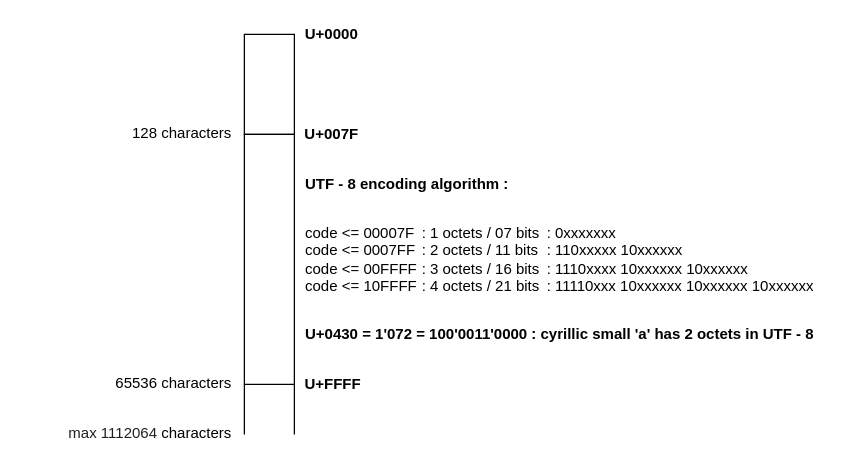
Earlier version of the draw.io diagram projects/examples/source/12.01.01.drawio (i-s-m-mipt/Education). Source tidied: cells renumbered, new cells numbered last; positions are measured from the earlier drawing's top-left corner, leaving out a move shared by most shapes. Both pictures are drawn from the tidied source at 125%, with x=0, y=0 at pixel (21, 21).
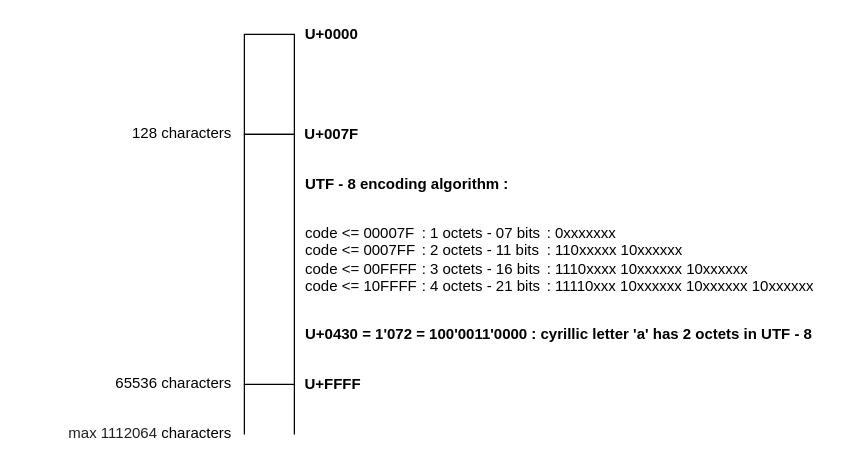
The same page after the edit.

What changed in the source:
```diff
@@
 <mxGraphModel>
   <root>
     <mxCell id="0" />
     <mxCell id="1" parent="0" />
     <mxCell id="2" style="rounded=0;whiteSpace=wrap;html=1;fillColor=none;fontFamily=Helvetica;" parent="1" vertex="1">
       <mxGeometry x="178" y="10" width="40" height="80" as="geometry" />
     </mxCell>
     <mxCell id="3" style="rounded=0;whiteSpace=wrap;html=1;fillColor=none;fontFamily=Helvetica;" parent="1" vertex="1">
       <mxGeometry x="178" y="90" width="40" height="200" as="geometry" />
     </mxCell>
     <mxCell id="4" style="endArrow=none;html=1;rounded=0;entryX=0;entryY=1;entryDx=0;entryDy=0;fontFamily=Helvetica;" parent="1" edge="1">
       <mxGeometry relative="1" as="geometry">
         <mxPoint x="178" y="330" as="sourcePoint" />
         <mxPoint x="178" y="290" as="targetPoint" />
       </mxGeometry>
     </mxCell>
     <mxCell id="5" style="endArrow=none;html=1;rounded=0;entryX=0;entryY=1;entryDx=0;entryDy=0;fontFamily=Helvetica;" parent="1" edge="1">
       <mxGeometry relative="1" as="geometry">
         <mxPoint x="218" y="330" as="sourcePoint" />
         <mxPoint x="218" y="290" as="targetPoint" />
       </mxGeometry>
     </mxCell>
     <mxCell id="6" value="&lt;font&gt;&lt;b&gt;U+0000&lt;/b&gt;&lt;/font&gt;" style="text;html=1;align=center;verticalAlign=middle;whiteSpace=wrap;rounded=0;fontFamily=Helvetica;" parent="1" vertex="1">
       <mxGeometry x="218" width="60" height="20" as="geometry" />
     </mxCell>
     <mxCell id="7" value="&lt;font&gt;&lt;b&gt;U+007F&lt;/b&gt;&lt;/font&gt;" style="text;html=1;align=center;verticalAlign=middle;whiteSpace=wrap;rounded=0;fontFamily=Helvetica;" parent="1" vertex="1">
       <mxGeometry x="218" y="80" width="60" height="20" as="geometry" />
     </mxCell>
     <mxCell id="8" value="&lt;font&gt;&lt;b&gt;U+FFFF&lt;/b&gt;&lt;/font&gt;" style="text;html=1;align=center;verticalAlign=middle;whiteSpace=wrap;rounded=0;fontFamily=Helvetica;" parent="1" vertex="1">
       <mxGeometry x="219" y="280" width="60" height="20" as="geometry" />
     </mxCell>
     <mxCell id="9" value="&lt;font&gt;65536&amp;nbsp;characters&lt;/font&gt;" style="text;html=1;align=right;verticalAlign=middle;whiteSpace=wrap;rounded=0;fontFamily=Helvetica;" parent="1" vertex="1">
       <mxGeometry x="20" y="279" width="150" height="20" as="geometry" />
     </mxCell>
     <mxCell id="10" value="&lt;font&gt;128 characters&lt;/font&gt;" style="text;html=1;align=right;verticalAlign=middle;whiteSpace=wrap;rounded=0;fontFamily=Helvetica;" parent="1" vertex="1">
       <mxGeometry x="60" y="79" width="110" height="20" as="geometry" />
     </mxCell>
-    <mxCell id="11" value="&lt;font&gt;&lt;b&gt;U+0430 = 1'072 = &lt;/b&gt;&lt;span style=&quot;background-color: rgb(255, 255, 255);&quot;&gt;&lt;font face=&quot;Helvetica&quot; style=&quot;&quot;&gt;&lt;b&gt;100'0011'0000&lt;/b&gt;&lt;/font&gt;&lt;/span&gt;&lt;b&gt;&amp;nbsp;: cyrillic small '&lt;/b&gt;&lt;/font&gt;&lt;b style=&quot;&quot;&gt;а' has 2 octets in UTF - 8&lt;/b&gt;&lt;font&gt;&lt;b&gt;&amp;nbsp;&lt;/b&gt;&lt;/font&gt;" style="text;html=1;align=left;verticalAlign=middle;whiteSpace=wrap;rounded=0;fontFamily=Helvetica;" parent="1" vertex="1">
+    <mxCell id="11" value="&lt;font&gt;&lt;b&gt;U+0430 = 1'072 = &lt;/b&gt;&lt;span style=&quot;background-color: rgb(255, 255, 255);&quot;&gt;&lt;font face=&quot;Helvetica&quot; style=&quot;&quot;&gt;&lt;b&gt;100'0011'0000&lt;/b&gt;&lt;/font&gt;&lt;/span&gt;&lt;b&gt;&amp;nbsp;: cyrillic letter '&lt;/b&gt;&lt;/font&gt;&lt;b style=&quot;&quot;&gt;а' has 2 octets in UTF - 8&lt;/b&gt;&lt;font&gt;&lt;b&gt;&amp;nbsp;&lt;/b&gt;&lt;/font&gt;" style="text;html=1;align=left;verticalAlign=middle;whiteSpace=wrap;rounded=0;fontFamily=Helvetica;" parent="1" vertex="1">
       <mxGeometry x="225" y="240" width="433" height="20" as="geometry" />
     </mxCell>
     <mxCell id="12" value="&lt;div&gt;&lt;font style=&quot;background-color: transparent; color: light-dark(rgb(0, 0, 0), rgb(255, 255, 255));&quot;&gt;code &amp;lt;=&lt;/font&gt;&lt;font style=&quot;background-color: transparent; color: light-dark(rgb(0, 0, 0), rgb(255, 255, 255));&quot;&gt; &lt;/font&gt;&lt;font style=&quot;background-color: transparent; color: light-dark(rgb(0, 0, 0), rgb(255, 255, 255));&quot;&gt;00007F&lt;/font&gt;&lt;/div&gt;&lt;div&gt;&lt;font&gt;code &amp;lt;= 0007FF&lt;/font&gt;&lt;/div&gt;&lt;div&gt;&lt;font&gt;code &amp;lt;= 00FFFF&lt;/font&gt;&lt;/div&gt;&lt;div&gt;&lt;font style=&quot;background-color: transparent; color: light-dark(rgb(0, 0, 0), rgb(255, 255, 255));&quot;&gt;code&amp;nbsp;&lt;/font&gt;&lt;font style=&quot;background-color: transparent; color: light-dark(rgb(0, 0, 0), rgb(255, 255, 255));&quot;&gt;&amp;lt;= 10FFFF&lt;/font&gt;&lt;/div&gt;" style="text;html=1;align=left;verticalAlign=middle;whiteSpace=wrap;rounded=0;fontFamily=Helvetica;" parent="1" vertex="1">
       <mxGeometry x="225" y="150" width="100" height="80" as="geometry" />
     </mxCell>
     <mxCell id="13" value="&lt;font&gt;&lt;span style=&quot;color: rgb(32, 33, 34); text-align: start; background-color: rgb(255, 255, 255);&quot;&gt;&lt;font style=&quot;font-size: 12px;&quot;&gt;&amp;nbsp;max 1112064&lt;/font&gt;&lt;/span&gt;&amp;nbsp;characters&lt;/font&gt;" style="text;html=1;align=right;verticalAlign=middle;whiteSpace=wrap;rounded=0;fontFamily=Helvetica;" parent="1" vertex="1">
       <mxGeometry y="319" width="170" height="20" as="geometry" />
     </mxCell>
-    <mxCell id="14" value="&lt;div style=&quot;&quot;&gt;&lt;span style=&quot;background-color: transparent; color: light-dark(rgb(0, 0, 0), rgb(255, 255, 255));&quot;&gt;&amp;nbsp;: 1 octets / 07 bits&amp;nbsp;&lt;/span&gt;&lt;/div&gt;&lt;div style=&quot;&quot;&gt;&lt;span style=&quot;&quot;&gt;&amp;nbsp;: 2 octets / 11 bits&amp;nbsp;&lt;/span&gt;&lt;/div&gt;&lt;div style=&quot;&quot;&gt;&lt;div&gt;&amp;nbsp;: 3 octets / 16 bits&amp;nbsp;&lt;/div&gt;&lt;div&gt;&amp;nbsp;: 4 octets / 21 bits&amp;nbsp;&lt;/div&gt;&lt;/div&gt;" style="text;html=1;align=left;verticalAlign=middle;whiteSpace=wrap;rounded=0;" parent="1" vertex="1">
+    <mxCell id="14" value="&lt;div style=&quot;&quot;&gt;&lt;span style=&quot;background-color: transparent; color: light-dark(rgb(0, 0, 0), rgb(255, 255, 255));&quot;&gt;&amp;nbsp;: 1 octets - 07 bits&amp;nbsp;&lt;/span&gt;&lt;/div&gt;&lt;div style=&quot;&quot;&gt;&lt;span style=&quot;&quot;&gt;&amp;nbsp;: 2 octets - 11 bits&amp;nbsp;&lt;/span&gt;&lt;/div&gt;&lt;div style=&quot;&quot;&gt;&lt;div&gt;&amp;nbsp;: 3 octets - 16 bits&amp;nbsp;&lt;/div&gt;&lt;div&gt;&amp;nbsp;: 4 octets - 21 bits&amp;nbsp;&lt;/div&gt;&lt;/div&gt;" style="text;html=1;align=left;verticalAlign=middle;whiteSpace=wrap;rounded=0;" parent="1" vertex="1">
       <mxGeometry x="315" y="150" width="110" height="80" as="geometry" />
     </mxCell>
     <mxCell id="15" value="&lt;b style=&quot;&quot;&gt;UTF - 8 encoding algorithm :&lt;/b&gt;" style="text;html=1;align=left;verticalAlign=middle;whiteSpace=wrap;rounded=0;" parent="1" vertex="1">
       <mxGeometry x="225" y="120" width="433" height="20" as="geometry" />
     </mxCell>
     <mxCell id="16" value="&lt;span style=&quot;&quot;&gt;&amp;nbsp;: 0xxxxxxx&lt;/span&gt;&lt;div&gt;&amp;nbsp;: 110xxxxx 10xxxxxx&lt;span style=&quot;&quot;&gt;&lt;/span&gt;&lt;/div&gt;&lt;div&gt;&amp;nbsp;: 1110xxxx 10xxxxxx 10xxxxxx&lt;/div&gt;&lt;div&gt;&amp;nbsp;: 11110xxx&lt;span style=&quot;background-color: initial;&quot;&gt;&amp;nbsp;10xxxxxx&lt;/span&gt;&lt;span style=&quot;background-color: initial;&quot;&gt;&amp;nbsp;10xxxxxx&lt;/span&gt;&lt;span style=&quot;background-color: initial;&quot;&gt;&amp;nbsp;10xxxxxx&lt;/span&gt;&lt;/div&gt;" style="text;html=1;align=left;verticalAlign=middle;whiteSpace=wrap;rounded=0;" parent="1" vertex="1">
       <mxGeometry x="415" y="150" width="243" height="80.5" as="geometry" />
     </mxCell>
   </root>
 </mxGraphModel>
```
